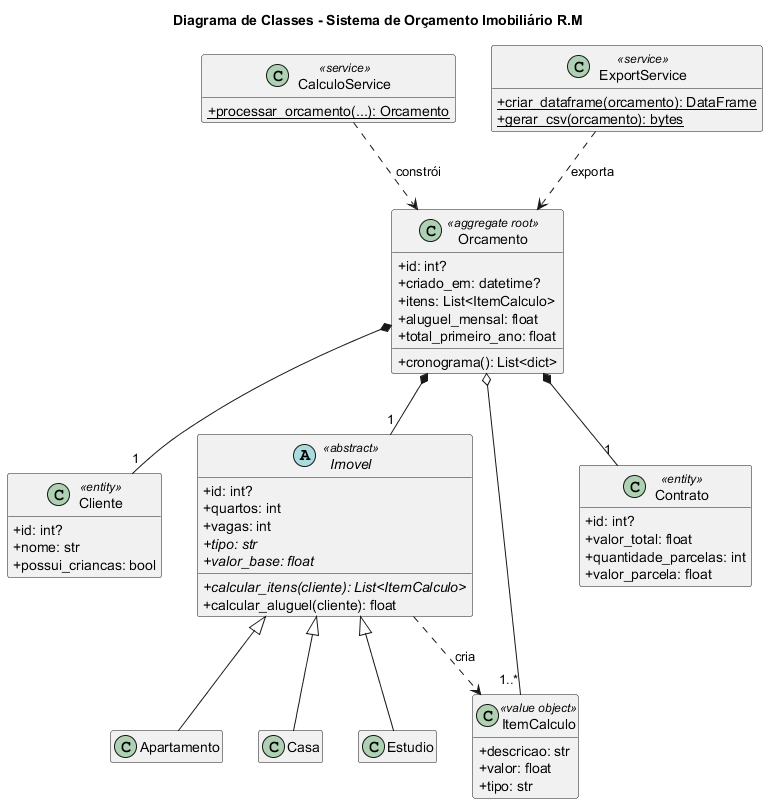
The PlantUML diagram documentos/mod_estatico/diagrama_classes_completo.png in AntonioBenevaldo/rm-orcamento-aluguel, before a commit. Source of this version:
```plantuml
@startuml
title Diagrama de Classes - Sistema de Orçamento Imobiliário R.M
skinparam classAttributeIconSize 0
skinparam shadowing false
hide empty members

class Cliente <<entity>> {
  +id: int?
  +nome: str
  +possui_criancas: bool
}
abstract class Imovel <<abstract>> {
  +id: int?
  +quartos: int
  +vagas: int
  {abstract} +tipo: str
  {abstract} +valor_base: float
  {abstract} +calcular_itens(cliente): List<ItemCalculo>
  +calcular_aluguel(cliente): float
}
class Apartamento
class Casa
class Estudio
class ItemCalculo <<value object>> {
  +descricao: str
  +valor: float
  +tipo: str
}
class Contrato <<entity>> {
  +id: int?
  +valor_total: float
  +quantidade_parcelas: int
  +valor_parcela: float
}
class Orcamento <<aggregate root>> {
  +id: int?
  +criado_em: datetime?
  +itens: List<ItemCalculo>
  +aluguel_mensal: float
  +total_primeiro_ano: float
  +cronograma(): List<dict>
}
class CalculoService <<service>> {
  {static} +processar_orcamento(...): Orcamento
}
class ExportService <<service>> {
  {static} +criar_dataframe(orcamento): DataFrame
  {static} +gerar_csv(orcamento): bytes
}

Imovel <|-- Apartamento
Imovel <|-- Casa
Imovel <|-- Estudio
Orcamento *-- "1" Cliente
Orcamento *-- "1" Imovel
Orcamento *-- "1" Contrato
Orcamento o-- "1..*" ItemCalculo
Imovel ..> ItemCalculo : cria
CalculoService ..> Orcamento : constrói
ExportService ..> Orcamento : exporta
@enduml
```
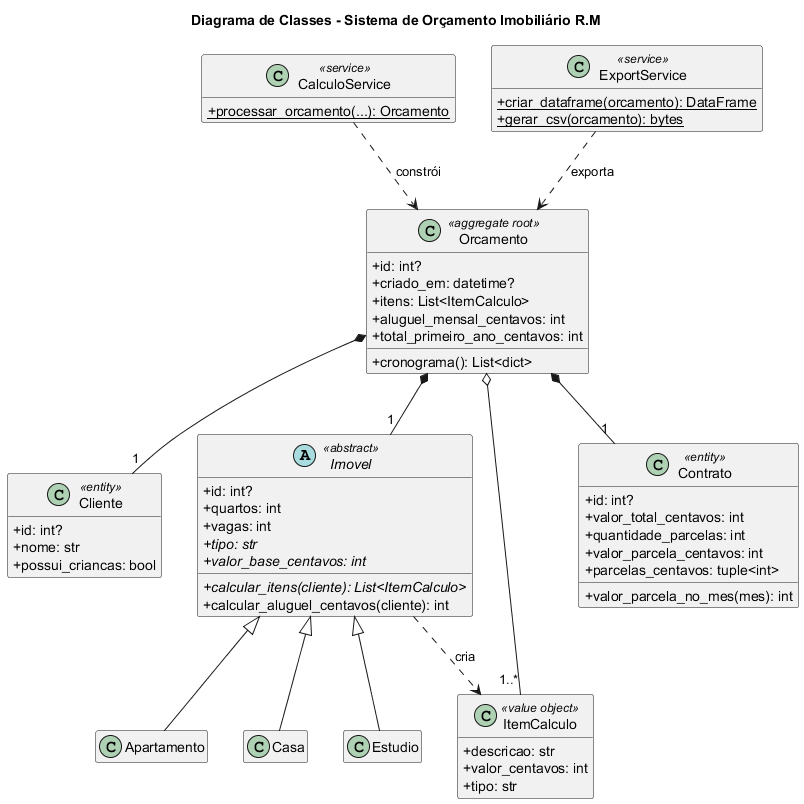
Above is the later version.

What changed in the source:
```diff
@@ -14,30 +14,32 @@
   +quartos: int
   +vagas: int
   {abstract} +tipo: str
-  {abstract} +valor_base: float
+  {abstract} +valor_base_centavos: int
   {abstract} +calcular_itens(cliente): List<ItemCalculo>
-  +calcular_aluguel(cliente): float
+  +calcular_aluguel_centavos(cliente): int
 }
 class Apartamento
 class Casa
 class Estudio
 class ItemCalculo <<value object>> {
   +descricao: str
-  +valor: float
+  +valor_centavos: int
   +tipo: str
 }
 class Contrato <<entity>> {
   +id: int?
-  +valor_total: float
+  +valor_total_centavos: int
   +quantidade_parcelas: int
-  +valor_parcela: float
+  +valor_parcela_centavos: int
+  +parcelas_centavos: tuple<int>
+  +valor_parcela_no_mes(mes): int
 }
 class Orcamento <<aggregate root>> {
   +id: int?
   +criado_em: datetime?
   +itens: List<ItemCalculo>
-  +aluguel_mensal: float
-  +total_primeiro_ano: float
+  +aluguel_mensal_centavos: int
+  +total_primeiro_ano_centavos: int
   +cronograma(): List<dict>
 }
 class CalculoService <<service>> {
```
